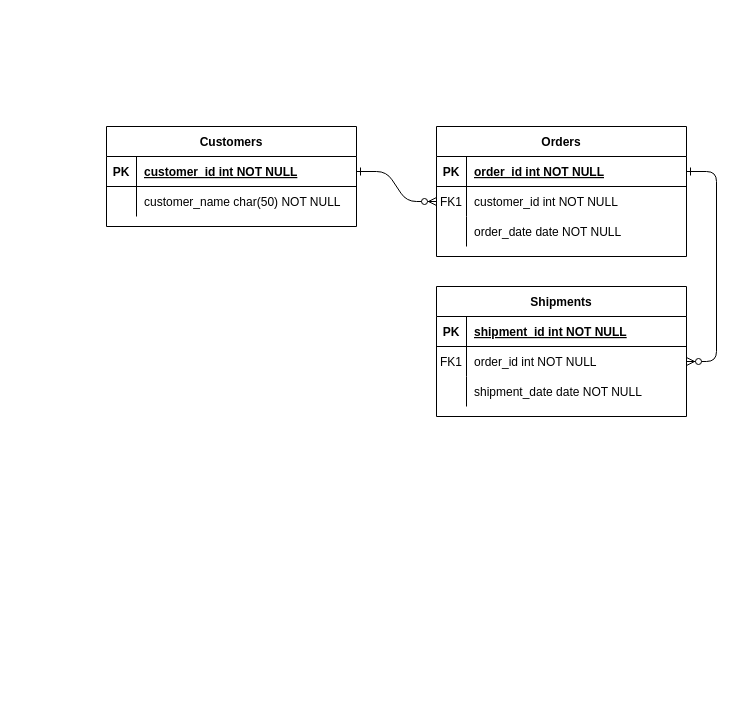
Earlier version of the draw.io diagram ERD.drawio (leZayn/M153-LB2). Source tidied: cells renumbered, new cells numbered last; positions are measured from the earlier drawing's top-left corner, leaving out a move shared by most shapes. Both pictures are drawn from the tidied source at 100%, with x=0, y=0 at pixel (106, 126).
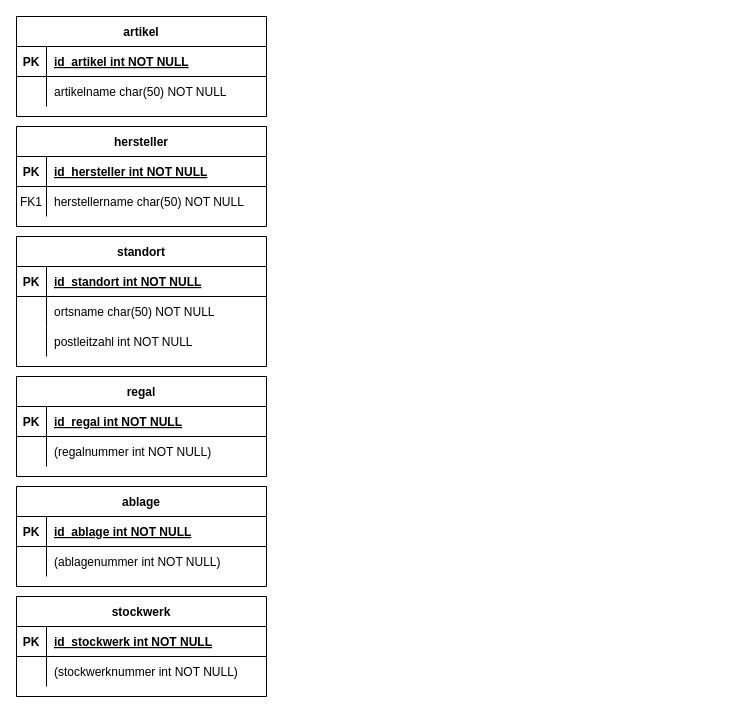
The same page after the edit.

Unchanged cells that the change refers to:
```xml
<mxCell id="5" style="shape=partialRectangle;fillColor=none;points=[[0,0.5],[1,0.5]];portConstraint=eastwest;top=0;left=0;right=0;bottom=1;" parent="4" vertex="1">
  <mxGeometry y="30" width="250" height="30" as="geometry" />
</mxCell>
<mxCell id="8" style="shape=partialRectangle;fillColor=none;points=[[0,0.5],[1,0.5]];portConstraint=eastwest;top=0;left=0;right=0;bottom=0;" parent="4" vertex="1">
  <mxGeometry y="60" width="250" height="30" as="geometry" />
</mxCell>
<mxCell id="15" style="shape=partialRectangle;fillColor=none;top=0;left=0;right=0;bottom=1;" parent="14" vertex="1">
  <mxGeometry y="30" width="250" height="30" as="geometry" />
</mxCell>
<mxCell id="18" style="shape=partialRectangle;fillColor=none;points=[[0,0.5],[1,0.5]];portConstraint=eastwest;top=0;left=0;right=0;bottom=0;" parent="14" vertex="1">
  <mxGeometry y="60" width="250" height="30" as="geometry" />
</mxCell>
<mxCell id="21" style="shape=partialRectangle;fillColor=none;top=0;left=0;right=0;bottom=0;" parent="14" vertex="1">
  <mxGeometry y="90" width="250" height="30" as="geometry" />
</mxCell>
<mxCell id="25" style="shape=partialRectangle;fillColor=none;points=[[0,0.5],[1,0.5]];portConstraint=eastwest;top=0;left=0;right=0;bottom=1;" parent="24" vertex="1">
  <mxGeometry y="30" width="250" height="30" as="geometry" />
</mxCell>
<mxCell id="28" style="shape=partialRectangle;fillColor=none;top=0;left=0;right=0;bottom=0;" parent="24" vertex="1">
  <mxGeometry y="60" width="250" height="30" as="geometry" />
</mxCell>
```

What changed in the source:
```diff
@@
-    <mxCell id="2" style="edgeStyle=entityRelationEdgeStyle;endArrow=ERzeroToMany;startArrow=ERone;endFill=1;startFill=0;" parent="1" edge="1" source="25" target="8">
-      <mxGeometry relative="1" as="geometry" />
-    </mxCell>
-    <mxCell id="3" style="edgeStyle=entityRelationEdgeStyle;endArrow=ERzeroToMany;startArrow=ERone;endFill=1;startFill=0;" parent="1" edge="1" source="5" target="18">
-      <mxGeometry relative="1" as="geometry" />
-    </mxCell>
-    <mxCell id="4" value="Orders" style="shape=table;startSize=30;childLayout=tableLayout;rowLines=0;fontStyle=1;align=center;" parent="1" vertex="1">
-      <mxGeometry x="330" width="250" height="130" as="geometry" />
+    <mxCell id="4" value="hersteller" style="shape=table;startSize=30;childLayout=tableLayout;rowLines=0;fontStyle=1;align=center;" parent="1" vertex="1">
+      <mxGeometry x="-90" width="250" height="100" as="geometry" />
     </mxCell>
@@
-    <mxCell id="7" value="order_id int NOT NULL " style="shape=partialRectangle;overflow=hidden;fillColor=none;top=0;left=0;bottom=0;right=0;align=left;spacingLeft=6;fontStyle=5;" parent="5" vertex="1">
+    <mxCell id="7" value="id_hersteller int NOT NULL " style="shape=partialRectangle;overflow=hidden;fillColor=none;top=0;left=0;bottom=0;right=0;align=left;spacingLeft=6;fontStyle=5;" parent="5" vertex="1">
       <mxGeometry x="30" width="220" height="30" as="geometry" />
     </mxCell>
@@
-    <mxCell id="10" value="customer_id int NOT NULL" style="shape=partialRectangle;overflow=hidden;fillColor=none;top=0;left=0;bottom=0;right=0;align=left;spacingLeft=6;" parent="8" vertex="1">
+    <mxCell id="10" value="herstellername char(50) NOT NULL" style="shape=partialRectangle;overflow=hidden;fillColor=none;top=0;left=0;bottom=0;right=0;align=left;spacingLeft=6;" parent="8" vertex="1">
       <mxGeometry x="30" width="220" height="30" as="geometry" />
     </mxCell>
-    <mxCell id="11" style="shape=partialRectangle;fillColor=none;top=0;left=0;right=0;bottom=0;" parent="4" vertex="1">
-      <mxGeometry y="90" width="250" height="30" as="geometry" />
-    </mxCell>
-    <mxCell id="12" style="shape=partialRectangle;overflow=hidden;fillColor=none;top=0;left=0;bottom=0;right=0;" parent="11" vertex="1">
-      <mxGeometry width="30" height="30" as="geometry" />
-    </mxCell>
-    <mxCell id="13" value="order_date date NOT NULL" style="shape=partialRectangle;overflow=hidden;fillColor=none;top=0;left=0;bottom=0;right=0;align=left;spacingLeft=6;" parent="11" vertex="1">
-      <mxGeometry x="30" width="220" height="30" as="geometry" />
-    </mxCell>
-    <mxCell id="14" value="Shipments" style="shape=table;startSize=30;childLayout=tableLayout;rowLines=0;fontStyle=1;align=center;" parent="1" vertex="1">
-      <mxGeometry x="330" y="160" width="250" height="130" as="geometry" />
+    <mxCell id="14" value="standort" style="shape=table;startSize=30;childLayout=tableLayout;rowLines=0;fontStyle=1;align=center;" parent="1" vertex="1">
+      <mxGeometry x="-90" y="110" width="250" height="130" as="geometry" />
     </mxCell>
@@
-    <mxCell id="17" value="shipment_id int NOT NULL " style="shape=partialRectangle;overflow=hidden;fillColor=none;top=0;left=0;bottom=0;right=0;align=left;spacingLeft=6;fontStyle=5;" parent="15" vertex="1">
+    <mxCell id="17" value="id_standort int NOT NULL " style="shape=partialRectangle;overflow=hidden;fillColor=none;top=0;left=0;bottom=0;right=0;align=left;spacingLeft=6;fontStyle=5;" parent="15" vertex="1">
       <mxGeometry x="30" width="220" height="30" as="geometry" />
     </mxCell>
@@
-    <mxCell id="19" value="FK1" style="shape=partialRectangle;overflow=hidden;fillColor=none;top=0;left=0;bottom=0;right=0;" parent="18" vertex="1">
+    <mxCell id="19" style="shape=partialRectangle;overflow=hidden;fillColor=none;top=0;left=0;bottom=0;right=0;" parent="18" vertex="1">
       <mxGeometry width="30" height="30" as="geometry" />
     </mxCell>
-    <mxCell id="20" value="order_id int NOT NULL" style="shape=partialRectangle;overflow=hidden;fillColor=none;top=0;left=0;bottom=0;right=0;align=left;spacingLeft=6;" parent="18" vertex="1">
+    <mxCell id="20" value="ortsname char(50) NOT NULL" style="shape=partialRectangle;overflow=hidden;fillColor=none;top=0;left=0;bottom=0;right=0;align=left;spacingLeft=6;" parent="18" vertex="1">
       <mxGeometry x="30" width="220" height="30" as="geometry" />
     </mxCell>
@@
-    <mxCell id="23" value="shipment_date date NOT NULL" style="shape=partialRectangle;overflow=hidden;fillColor=none;top=0;left=0;bottom=0;right=0;align=left;spacingLeft=6;" parent="21" vertex="1">
+    <mxCell id="23" value="postleitzahl int NOT NULL" style="shape=partialRectangle;overflow=hidden;fillColor=none;top=0;left=0;bottom=0;right=0;align=left;spacingLeft=6;" parent="21" vertex="1">
       <mxGeometry x="30" width="220" height="30" as="geometry" />
     </mxCell>
-    <mxCell id="24" value="Customers" style="shape=table;startSize=30;childLayout=tableLayout;rowLines=0;fontStyle=1;align=center;" parent="1" vertex="1">
-      <mxGeometry width="250" height="100" as="geometry" />
+    <mxCell id="24" value="artikel" style="shape=table;startSize=30;childLayout=tableLayout;rowLines=0;fontStyle=1;align=center;" parent="1" vertex="1">
+      <mxGeometry x="-90" y="-110" width="250" height="100" as="geometry" />
     </mxCell>
@@
-    <mxCell id="27" value="customer_id int NOT NULL " style="shape=partialRectangle;overflow=hidden;fillColor=none;top=0;left=0;bottom=0;right=0;align=left;spacingLeft=6;fontStyle=5;" parent="25" vertex="1">
+    <mxCell id="27" value="id_artikel int NOT NULL " style="shape=partialRectangle;overflow=hidden;fillColor=none;top=0;left=0;bottom=0;right=0;align=left;spacingLeft=6;fontStyle=5;" parent="25" vertex="1">
       <mxGeometry x="30" width="220" height="30" as="geometry" />
     </mxCell>
@@
-    <mxCell id="30" value="customer_name char(50) NOT NULL" style="shape=partialRectangle;overflow=hidden;fillColor=none;top=0;left=0;bottom=0;right=0;align=left;spacingLeft=6;" parent="28" vertex="1">
+    <mxCell id="30" value="artikelname char(50) NOT NULL" style="shape=partialRectangle;overflow=hidden;fillColor=none;top=0;left=0;bottom=0;right=0;align=left;spacingLeft=6;" parent="28" vertex="1">
       <mxGeometry x="30" width="220" height="30" as="geometry" />
     </mxCell>
+    <mxCell id="31" value="regal" style="shape=table;startSize=30;childLayout=tableLayout;rowLines=0;fontStyle=1;align=center;" parent="1" vertex="1">
+      <mxGeometry x="-90" y="250" width="250" height="100" as="geometry" />
+    </mxCell>
+    <mxCell id="32" style="shape=partialRectangle;fillColor=none;top=0;left=0;right=0;bottom=1;" parent="31" vertex="1">
+      <mxGeometry y="30" width="250" height="30" as="geometry" />
+    </mxCell>
+    <mxCell id="33" value="PK" style="shape=partialRectangle;overflow=hidden;fillColor=none;top=0;left=0;bottom=0;right=0;fontStyle=1;" parent="32" vertex="1">
+      <mxGeometry width="30" height="30" as="geometry" />
+    </mxCell>
+    <mxCell id="34" value="id_regal int NOT NULL " style="shape=partialRectangle;overflow=hidden;fillColor=none;top=0;left=0;bottom=0;right=0;align=left;spacingLeft=6;fontStyle=5;" parent="32" vertex="1">
+      <mxGeometry x="30" width="220" height="30" as="geometry" />
+    </mxCell>
+    <mxCell id="35" style="shape=partialRectangle;fillColor=none;top=0;left=0;right=0;bottom=0;" parent="31" vertex="1">
+      <mxGeometry y="60" width="250" height="30" as="geometry" />
+    </mxCell>
+    <mxCell id="36" style="shape=partialRectangle;overflow=hidden;fillColor=none;top=0;left=0;bottom=0;right=0;" parent="35" vertex="1">
+      <mxGeometry width="30" height="30" as="geometry" />
+    </mxCell>
+    <mxCell id="37" value="(regalnummer int NOT NULL)" style="shape=partialRectangle;overflow=hidden;fillColor=none;top=0;left=0;bottom=0;right=0;align=left;spacingLeft=6;" parent="35" vertex="1">
+      <mxGeometry x="30" width="220" height="30" as="geometry" />
+    </mxCell>
+    <mxCell id="38" value="ablage" style="shape=table;startSize=30;childLayout=tableLayout;rowLines=0;fontStyle=1;align=center;" parent="1" vertex="1">
+      <mxGeometry x="-90" y="360" width="250" height="100" as="geometry" />
+    </mxCell>
+    <mxCell id="39" style="shape=partialRectangle;fillColor=none;top=0;left=0;right=0;bottom=1;" parent="38" vertex="1">
+      <mxGeometry y="30" width="250" height="30" as="geometry" />
+    </mxCell>
+    <mxCell id="40" value="PK" style="shape=partialRectangle;overflow=hidden;fillColor=none;top=0;left=0;bottom=0;right=0;fontStyle=1;" parent="39" vertex="1">
+      <mxGeometry width="30" height="30" as="geometry" />
+    </mxCell>
+    <mxCell id="41" value="id_ablage int NOT NULL " style="shape=partialRectangle;overflow=hidden;fillColor=none;top=0;left=0;bottom=0;right=0;align=left;spacingLeft=6;fontStyle=5;" parent="39" vertex="1">
+      <mxGeometry x="30" width="220" height="30" as="geometry" />
+    </mxCell>
+    <mxCell id="42" style="shape=partialRectangle;fillColor=none;top=0;left=0;right=0;bottom=0;" parent="38" vertex="1">
+      <mxGeometry y="60" width="250" height="30" as="geometry" />
+    </mxCell>
+    <mxCell id="43" style="shape=partialRectangle;overflow=hidden;fillColor=none;top=0;left=0;bottom=0;right=0;" parent="42" vertex="1">
+      <mxGeometry width="30" height="30" as="geometry" />
+    </mxCell>
+    <mxCell id="44" value="(ablagenummer int NOT NULL)" style="shape=partialRectangle;overflow=hidden;fillColor=none;top=0;left=0;bottom=0;right=0;align=left;spacingLeft=6;" parent="42" vertex="1">
+      <mxGeometry x="30" width="220" height="30" as="geometry" />
+    </mxCell>
+    <mxCell id="45" value="stockwerk" style="shape=table;startSize=30;childLayout=tableLayout;rowLines=0;fontStyle=1;align=center;" parent="1" vertex="1">
+      <mxGeometry x="-90" y="470" width="250" height="100" as="geometry" />
+    </mxCell>
+    <mxCell id="46" style="shape=partialRectangle;fillColor=none;top=0;left=0;right=0;bottom=1;" parent="45" vertex="1">
+      <mxGeometry y="30" width="250" height="30" as="geometry" />
+    </mxCell>
+    <mxCell id="47" value="PK" style="shape=partialRectangle;overflow=hidden;fillColor=none;top=0;left=0;bottom=0;right=0;fontStyle=1;" parent="46" vertex="1">
+      <mxGeometry width="30" height="30" as="geometry" />
+    </mxCell>
+    <mxCell id="48" value="id_stockwerk int NOT NULL " style="shape=partialRectangle;overflow=hidden;fillColor=none;top=0;left=0;bottom=0;right=0;align=left;spacingLeft=6;fontStyle=5;" parent="46" vertex="1">
+      <mxGeometry x="30" width="220" height="30" as="geometry" />
+    </mxCell>
+    <mxCell id="49" style="shape=partialRectangle;fillColor=none;top=0;left=0;right=0;bottom=0;" parent="45" vertex="1">
+      <mxGeometry y="60" width="250" height="30" as="geometry" />
+    </mxCell>
+    <mxCell id="50" style="shape=partialRectangle;overflow=hidden;fillColor=none;top=0;left=0;bottom=0;right=0;" parent="49" vertex="1">
+      <mxGeometry width="30" height="30" as="geometry" />
+    </mxCell>
+    <mxCell id="51" value="(stockwerknummer int NOT NULL)" style="shape=partialRectangle;overflow=hidden;fillColor=none;top=0;left=0;bottom=0;right=0;align=left;spacingLeft=6;" parent="49" vertex="1">
+      <mxGeometry x="30" width="220" height="30" as="geometry" />
+    </mxCell>
```
